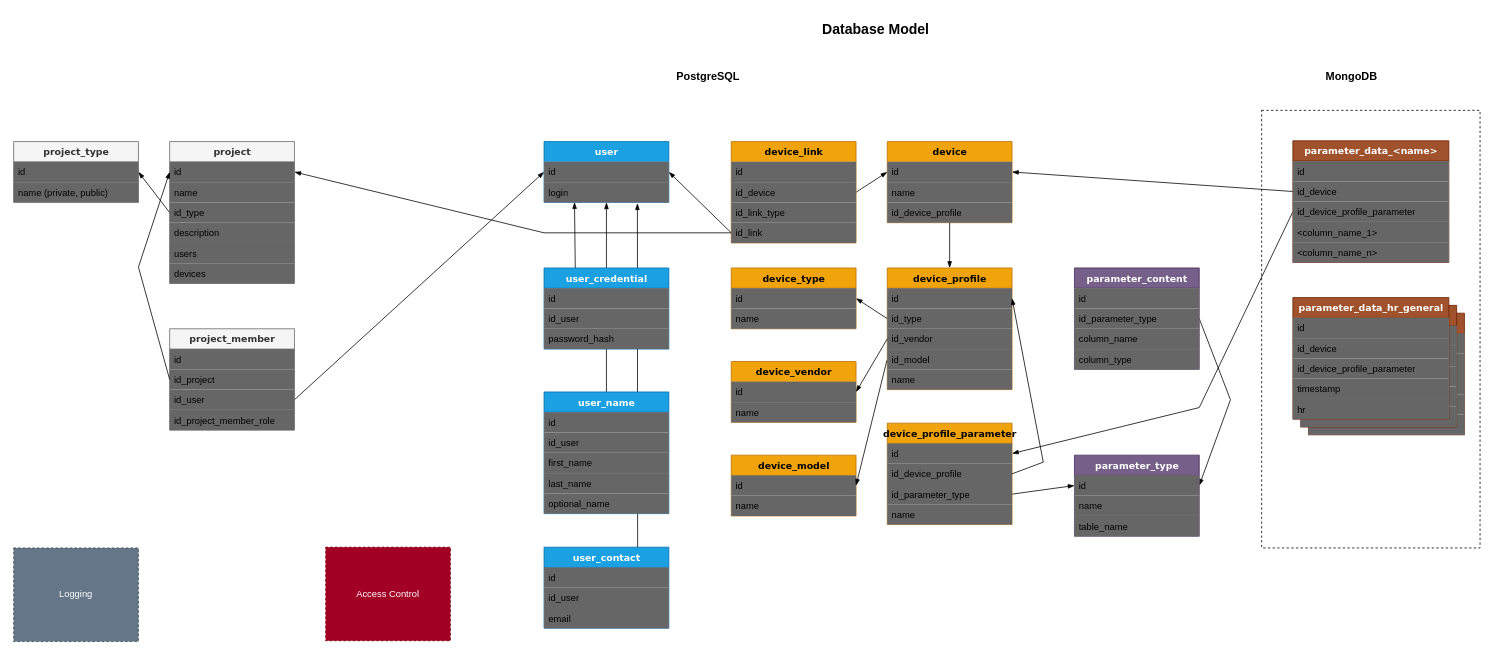
Before: doc/Data_Model.Logical.drawio in la-espira/espira, a draw.io diagram. Source tidied: cells renumbered, new cells numbered last; positions are measured from the earlier drawing's top-left corner, leaving out a move shared by most shapes. Both pictures are drawn from the tidied source at 78%, with x=0, y=0 at pixel (13, 13).
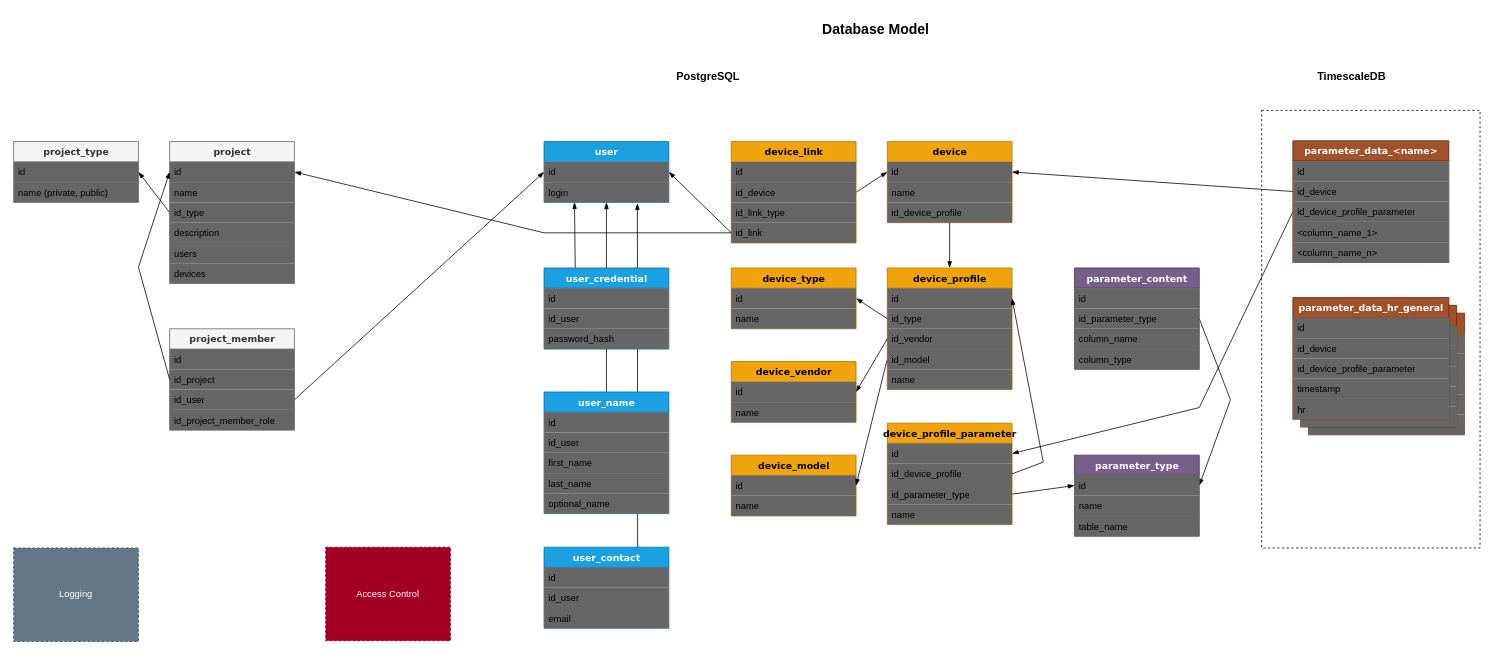
After the change.

Change to the diagram source:
```diff
@@
-    <mxCell id="103" value="MongoDB" style="text;html=1;align=center;verticalAlign=middle;fillColor=none;strokeColor=none;rounded=0;fontStyle=1;fontSize=14;" parent="1" vertex="1">
-      <mxGeometry x="1670" y="65" width="90" height="30" as="geometry" />
+    <mxCell id="103" value="TimescaleDB" style="text;html=1;align=center;verticalAlign=middle;fillColor=none;strokeColor=none;rounded=0;fontStyle=1;fontSize=14;" parent="1" vertex="1">
+      <mxGeometry x="1660" y="65" width="110" height="30" as="geometry" />
     </mxCell>
```
